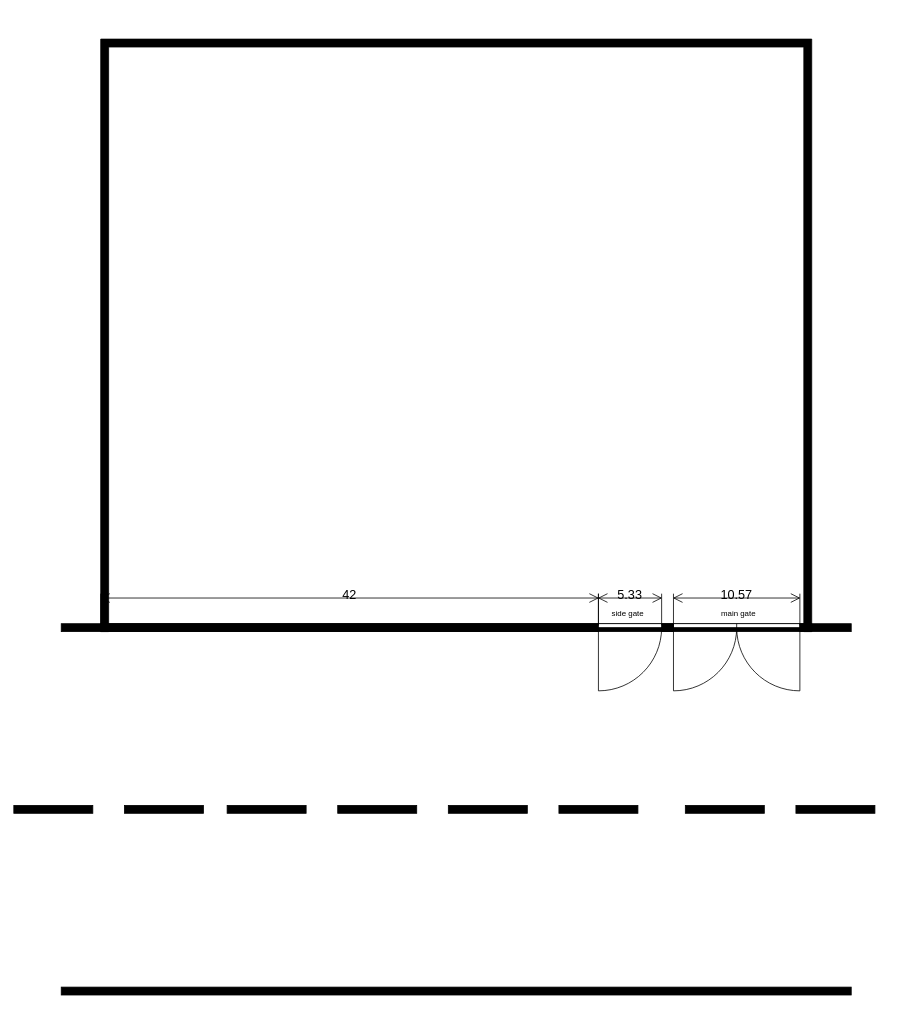
The draw.io diagram page "Page-2" (2 of 2) of house_design.drawio in appsparkler/draw.io, before the edit. Source tidied: cells renumbered, new cells numbered last; positions are measured from the earlier drawing's top-left corner, leaving out a move shared by most shapes. Both pictures are drawn from the tidied source at 79%, with x=0, y=0 at pixel (13, 39).
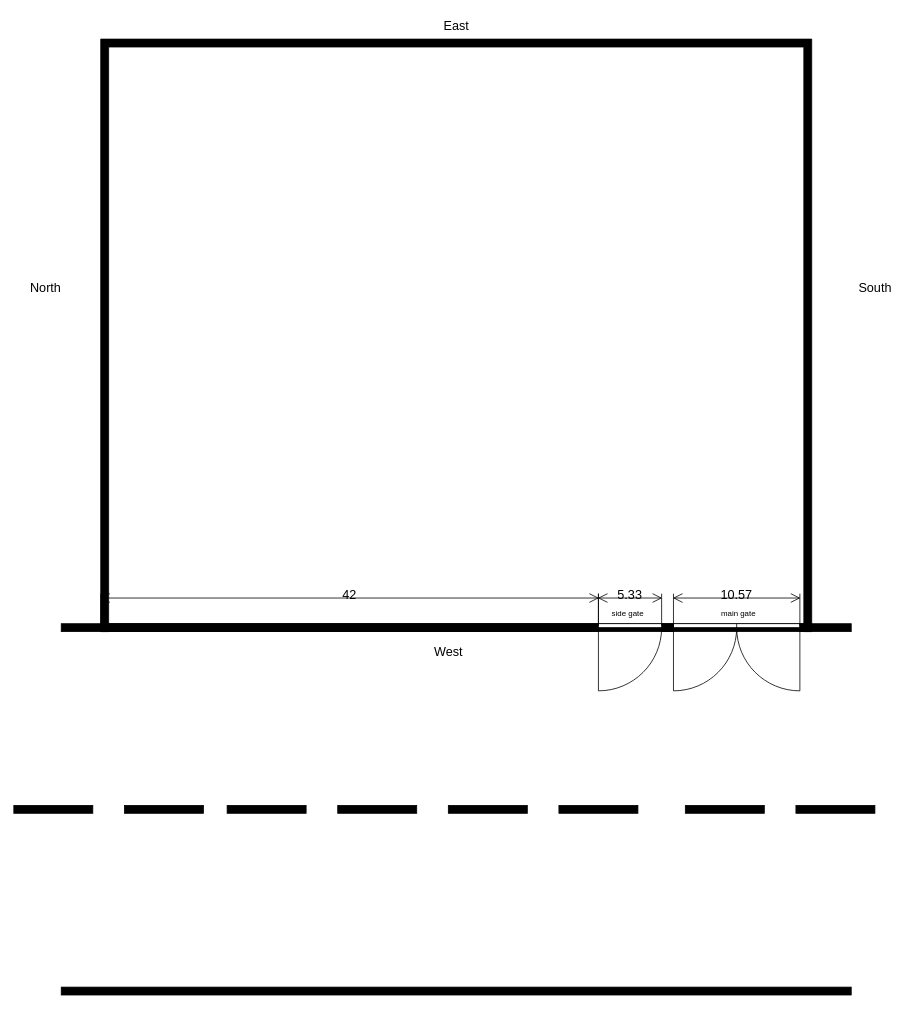
Above is the later version.

Change to the diagram source:
```diff
@@
+    <mxCell id="27" parent="0" />
+    <mxCell id="28" value="East" style="text;html=1;align=center;verticalAlign=middle;strokeColor=none;fillColor=none;fontSize=16;" parent="27" vertex="1">
+      <mxGeometry x="530" y="-32" width="60" height="30" as="geometry" />
+    </mxCell>
+    <mxCell id="29" value="West" style="text;html=1;align=center;verticalAlign=middle;strokeColor=none;fillColor=none;fontSize=16;" parent="27" vertex="1">
+      <mxGeometry x="520" y="760" width="60" height="30" as="geometry" />
+    </mxCell>
+    <mxCell id="30" value="North" style="text;html=1;align=center;verticalAlign=middle;strokeColor=none;fillColor=none;fontSize=16;" parent="27" vertex="1">
+      <mxGeometry x="10" y="300" width="60" height="30" as="geometry" />
+    </mxCell>
+    <mxCell id="31" value="South" style="text;html=1;align=center;verticalAlign=middle;strokeColor=none;fillColor=none;fontSize=16;" parent="27" vertex="1">
+      <mxGeometry x="1055" y="300" width="70" height="30" as="geometry" />
+    </mxCell>
```
